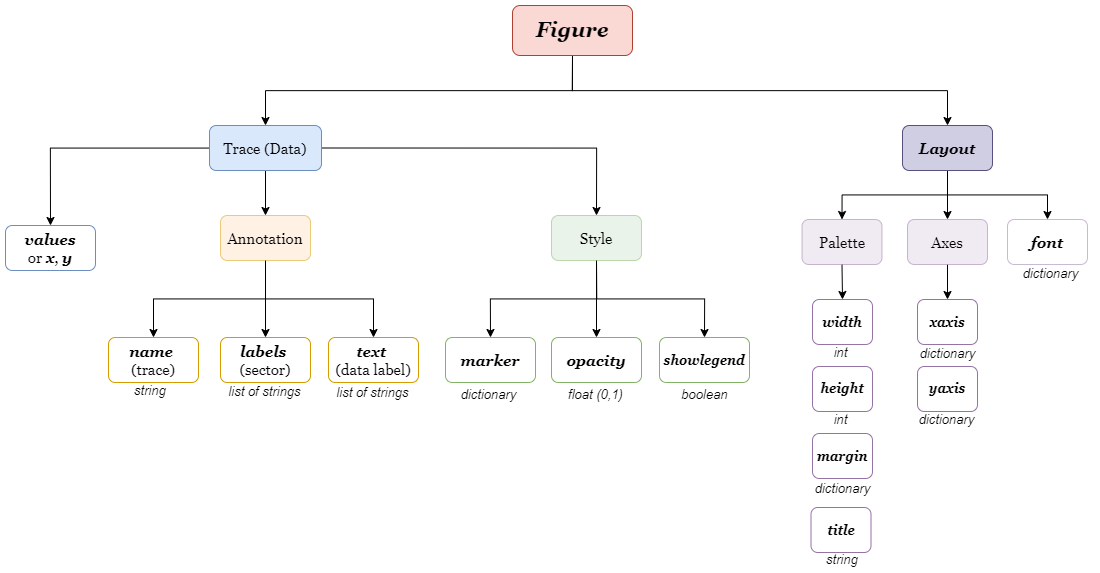
This is img/plotly_structure.png from juniorworld/python-workshop, a draw.io export, as it was before one commit. Source tidied: cells renumbered, new cells last; positions are measured from the earlier drawing's top-left corner, leaving out a move shared by most shapes. The source it was exported from:
```xml
<mxGraphModel background="#FFFFFF">
  <root>
    <mxCell id="0" />
    <mxCell id="1" parent="0" />
    <mxCell id="2" style="edgeStyle=orthogonalEdgeStyle;rounded=0;jettySize=auto;html=1;exitX=0.5;exitY=1;exitDx=0;exitDy=0;entryX=0.5;entryY=0;entryDx=0;entryDy=0;" parent="1" edge="1" source="4" target="8">
      <mxGeometry relative="1" as="geometry" />
    </mxCell>
    <mxCell id="3" style="edgeStyle=orthogonalEdgeStyle;rounded=0;jettySize=auto;html=1;exitX=0.5;exitY=1;exitDx=0;exitDy=0;entryX=0.5;entryY=0;entryDx=0;entryDy=0;" parent="1" edge="1" source="4" target="12">
      <mxGeometry relative="1" as="geometry" />
    </mxCell>
    <mxCell id="4" value="&lt;font face=&quot;Georgia&quot; style=&quot;font-size: 21px;&quot;&gt;&lt;span style=&quot;font-size: 21px;&quot;&gt;&lt;i&gt;&lt;b&gt;Figure&lt;/b&gt;&lt;/i&gt;&lt;/span&gt;&lt;/font&gt;" style="rounded=1;whiteSpace=wrap;html=1;fillColor=#fad9d5;strokeColor=#ae4132;fontSize=21;" parent="1" vertex="1">
      <mxGeometry x="507" width="120" height="50" as="geometry" />
    </mxCell>
    <mxCell id="5" style="edgeStyle=orthogonalEdgeStyle;rounded=0;jettySize=auto;html=1;entryX=0.5;entryY=0;entryDx=0;entryDy=0;" parent="1" edge="1" source="8" target="13">
      <mxGeometry relative="1" as="geometry" />
    </mxCell>
    <mxCell id="6" style="edgeStyle=orthogonalEdgeStyle;rounded=0;jettySize=auto;html=1;exitX=0.5;exitY=1;exitDx=0;exitDy=0;entryX=0.5;entryY=0;entryDx=0;entryDy=0;" parent="1" edge="1" source="8" target="17">
      <mxGeometry relative="1" as="geometry" />
    </mxCell>
    <mxCell id="7" style="edgeStyle=orthogonalEdgeStyle;rounded=0;jettySize=auto;html=1;exitX=1;exitY=0.5;exitDx=0;exitDy=0;entryX=0.5;entryY=0;entryDx=0;entryDy=0;" parent="1" edge="1" source="8" target="22">
      <mxGeometry relative="1" as="geometry" />
    </mxCell>
    <mxCell id="8" value="Trace (Data)" style="rounded=1;whiteSpace=wrap;html=1;fontFamily=Georgia;fontSize=15;fillColor=#dae8fc;strokeColor=#6c8ebf;" parent="1" vertex="1">
      <mxGeometry x="204" y="120" width="112" height="45" as="geometry" />
    </mxCell>
    <mxCell id="9" style="edgeStyle=orthogonalEdgeStyle;rounded=0;jettySize=auto;html=1;exitX=0.5;exitY=1;exitDx=0;exitDy=0;entryX=0.5;entryY=0;entryDx=0;entryDy=0;fontSize=13;" parent="1" edge="1" source="12" target="37">
      <mxGeometry relative="1" as="geometry" />
    </mxCell>
    <mxCell id="10" style="edgeStyle=orthogonalEdgeStyle;rounded=0;jettySize=auto;html=1;exitX=0.5;exitY=1;exitDx=0;exitDy=0;entryX=0.5;entryY=0;entryDx=0;entryDy=0;fontSize=13;" parent="1" edge="1" source="12" target="43">
      <mxGeometry relative="1" as="geometry" />
    </mxCell>
    <mxCell id="11" style="edgeStyle=orthogonalEdgeStyle;rounded=0;jettySize=auto;html=1;exitX=0.5;exitY=1;exitDx=0;exitDy=0;entryX=0.5;entryY=0;entryDx=0;entryDy=0;fontSize=13;" parent="1" edge="1" source="12" target="44">
      <mxGeometry relative="1" as="geometry" />
    </mxCell>
    <mxCell id="12" value="Layout" style="rounded=1;whiteSpace=wrap;html=1;fontFamily=Georgia;fontSize=15;fillColor=#d0cee2;strokeColor=#56517e;fontStyle=3;" parent="1" vertex="1">
      <mxGeometry x="897" y="120" width="90" height="45" as="geometry" />
    </mxCell>
    <mxCell id="13" value="&lt;b&gt;&lt;i&gt;values&lt;/i&gt;&lt;/b&gt;&lt;br&gt;or &lt;b&gt;&lt;i&gt;x&lt;/i&gt;&lt;/b&gt;, &lt;b&gt;&lt;i&gt;y&lt;/i&gt;&lt;/b&gt;" style="rounded=1;whiteSpace=wrap;html=1;fontFamily=Georgia;fontSize=15;fillColor=none;strokeColor=#6c8ebf;" parent="1" vertex="1">
      <mxGeometry y="220" width="90" height="45" as="geometry" />
    </mxCell>
    <mxCell id="14" style="edgeStyle=orthogonalEdgeStyle;rounded=0;jettySize=auto;html=1;exitX=0.5;exitY=1;exitDx=0;exitDy=0;entryX=0.5;entryY=0;entryDx=0;entryDy=0;" parent="1" edge="1" source="17" target="23">
      <mxGeometry relative="1" as="geometry" />
    </mxCell>
    <mxCell id="15" style="edgeStyle=orthogonalEdgeStyle;rounded=0;jettySize=auto;html=1;exitX=0.5;exitY=1;exitDx=0;exitDy=0;entryX=0.5;entryY=0;entryDx=0;entryDy=0;" parent="1" edge="1" source="17" target="18">
      <mxGeometry relative="1" as="geometry" />
    </mxCell>
    <mxCell id="16" style="edgeStyle=orthogonalEdgeStyle;rounded=0;jettySize=auto;html=1;exitX=0.5;exitY=1;exitDx=0;exitDy=0;" parent="1" edge="1" source="17" target="24">
      <mxGeometry relative="1" as="geometry" />
    </mxCell>
    <mxCell id="17" value="Annotation" style="rounded=1;whiteSpace=wrap;html=1;fontFamily=Georgia;fontSize=15;fillColor=#ffe6cc;strokeColor=#d79b00;opacity=50;" parent="1" vertex="1">
      <mxGeometry x="215" y="210" width="90" height="45" as="geometry" />
    </mxCell>
    <mxCell id="18" value="&lt;b&gt;&lt;i&gt;name&amp;nbsp;&lt;br&gt;&lt;/i&gt;&lt;/b&gt;(trace)" style="rounded=1;whiteSpace=wrap;html=1;fontFamily=Georgia;fontSize=15;fillColor=none;strokeColor=#d79b00;" parent="1" vertex="1">
      <mxGeometry x="103" y="332" width="90" height="45" as="geometry" />
    </mxCell>
    <mxCell id="19" style="edgeStyle=orthogonalEdgeStyle;rounded=0;jettySize=auto;html=1;exitX=0.5;exitY=1;exitDx=0;exitDy=0;entryX=0.5;entryY=0;entryDx=0;entryDy=0;" parent="1" edge="1" source="22" target="26">
      <mxGeometry relative="1" as="geometry" />
    </mxCell>
    <mxCell id="20" style="edgeStyle=orthogonalEdgeStyle;rounded=0;jettySize=auto;html=1;exitX=0.5;exitY=1;exitDx=0;exitDy=0;entryX=0.5;entryY=0;entryDx=0;entryDy=0;" parent="1" edge="1" source="22" target="25">
      <mxGeometry relative="1" as="geometry" />
    </mxCell>
    <mxCell id="21" style="edgeStyle=orthogonalEdgeStyle;rounded=0;jettySize=auto;html=1;exitX=0.5;exitY=1;exitDx=0;exitDy=0;entryX=0.5;entryY=0;entryDx=0;entryDy=0;fontSize=13;" parent="1" edge="1" source="22" target="27">
      <mxGeometry relative="1" as="geometry" />
    </mxCell>
    <mxCell id="22" value="Style" style="rounded=1;whiteSpace=wrap;html=1;fontFamily=Georgia;fontSize=15;fillColor=#d5e8d4;strokeColor=#82b366;opacity=50;" parent="1" vertex="1">
      <mxGeometry x="546" y="210" width="90" height="45" as="geometry" />
    </mxCell>
    <mxCell id="23" value="&lt;b&gt;&lt;i&gt;labels&amp;nbsp;&lt;br&gt;&lt;/i&gt;&lt;/b&gt;(sector)" style="rounded=1;whiteSpace=wrap;html=1;fontFamily=Georgia;fontSize=15;fillColor=none;strokeColor=#d79b00;" parent="1" vertex="1">
      <mxGeometry x="215" y="332" width="90" height="45" as="geometry" />
    </mxCell>
    <mxCell id="24" value="&lt;b&gt;&lt;i&gt;text&amp;nbsp;&lt;br&gt;&lt;/i&gt;&lt;/b&gt;(data label)" style="rounded=1;whiteSpace=wrap;html=1;fontFamily=Georgia;fontSize=15;fillColor=none;strokeColor=#d79b00;" parent="1" vertex="1">
      <mxGeometry x="323" y="332" width="90" height="45" as="geometry" />
    </mxCell>
    <mxCell id="25" value="&lt;b&gt;&lt;i&gt;opacity&lt;/i&gt;&lt;/b&gt;" style="rounded=1;whiteSpace=wrap;html=1;fontFamily=Georgia;fontSize=15;fillColor=none;strokeColor=#82b366;" parent="1" vertex="1">
      <mxGeometry x="546" y="332" width="90" height="45" as="geometry" />
    </mxCell>
    <mxCell id="26" value="&lt;b&gt;&lt;i&gt;marker&lt;/i&gt;&lt;/b&gt;" style="rounded=1;whiteSpace=wrap;html=1;fontFamily=Georgia;fontSize=15;fillColor=none;strokeColor=#82b366;" parent="1" vertex="1">
      <mxGeometry x="440" y="332" width="90" height="45" as="geometry" />
    </mxCell>
    <mxCell id="27" value="&lt;b style=&quot;font-size: 13px;&quot;&gt;&lt;i style=&quot;font-size: 13px;&quot;&gt;showlegend&lt;/i&gt;&lt;/b&gt;" style="rounded=1;whiteSpace=wrap;html=1;fontFamily=Georgia;fontSize=13;fillColor=none;strokeColor=#82b366;" parent="1" vertex="1">
      <mxGeometry x="654" y="332" width="90" height="45" as="geometry" />
    </mxCell>
    <mxCell id="28" value="string" style="text;html=1;strokeColor=none;fillColor=none;align=center;verticalAlign=middle;whiteSpace=wrap;rounded=0;fontSize=13;fontStyle=2;" parent="1" vertex="1">
      <mxGeometry x="115" y="380" width="60" height="10" as="geometry" />
    </mxCell>
    <mxCell id="29" value="list of strings" style="text;html=1;strokeColor=none;fillColor=none;align=center;verticalAlign=middle;whiteSpace=wrap;rounded=0;fontSize=13;fontStyle=2;" parent="1" vertex="1">
      <mxGeometry x="216.5" y="377" width="87" height="18" as="geometry" />
    </mxCell>
    <mxCell id="30" value="list of strings" style="text;html=1;strokeColor=none;fillColor=none;align=center;verticalAlign=middle;whiteSpace=wrap;rounded=0;fontSize=13;fontStyle=2;" parent="1" vertex="1">
      <mxGeometry x="324.5" y="377.5" width="87" height="18" as="geometry" />
    </mxCell>
    <mxCell id="31" value="dictionary" style="text;html=1;strokeColor=none;fillColor=none;align=center;verticalAlign=middle;whiteSpace=wrap;rounded=0;fontSize=13;fontStyle=2;" parent="1" vertex="1">
      <mxGeometry x="440" y="380" width="87" height="18" as="geometry" />
    </mxCell>
    <mxCell id="32" value="float (0,1)" style="text;html=1;strokeColor=none;fillColor=none;align=center;verticalAlign=middle;whiteSpace=wrap;rounded=0;fontSize=13;fontStyle=2;" parent="1" vertex="1">
      <mxGeometry x="547.5" y="380" width="87" height="18" as="geometry" />
    </mxCell>
    <mxCell id="33" value="boolean" style="text;html=1;strokeColor=none;fillColor=none;align=center;verticalAlign=middle;whiteSpace=wrap;rounded=0;fontSize=13;fontStyle=2;" parent="1" vertex="1">
      <mxGeometry x="655.5" y="380" width="87" height="18" as="geometry" />
    </mxCell>
    <mxCell id="34" value="&lt;b style=&quot;font-size: 13px;&quot;&gt;&lt;i style=&quot;font-size: 13px;&quot;&gt;width&lt;/i&gt;&lt;/b&gt;" style="rounded=1;whiteSpace=wrap;html=1;fontFamily=Georgia;fontSize=13;fillColor=none;strokeColor=#9673a6;" parent="1" vertex="1">
      <mxGeometry x="807" y="294" width="60" height="45" as="geometry" />
    </mxCell>
    <mxCell id="35" value="&lt;b&gt;&lt;i&gt;height&lt;/i&gt;&lt;/b&gt;" style="rounded=1;whiteSpace=wrap;html=1;fontFamily=Georgia;fontSize=13;fillColor=none;strokeColor=#9673a6;" parent="1" vertex="1">
      <mxGeometry x="807" y="361" width="60" height="45" as="geometry" />
    </mxCell>
    <mxCell id="36" style="edgeStyle=orthogonalEdgeStyle;rounded=0;jettySize=auto;html=1;exitX=0.5;exitY=1;exitDx=0;exitDy=0;entryX=0.5;entryY=0;entryDx=0;entryDy=0;fontSize=13;" parent="1" edge="1" source="37" target="34">
      <mxGeometry relative="1" as="geometry" />
    </mxCell>
    <mxCell id="37" value="&lt;span style=&quot;font-weight: normal; font-style: normal;&quot;&gt;Palette&lt;/span&gt;" style="rounded=1;whiteSpace=wrap;html=1;fontFamily=Georgia;fontSize=15;fillColor=#e1d5e7;strokeColor=#9673a6;fontStyle=3;opacity=50;" parent="1" vertex="1">
      <mxGeometry x="796.5" y="214" width="80" height="45" as="geometry" />
    </mxCell>
    <mxCell id="38" value="&lt;b&gt;&lt;i&gt;margin&lt;/i&gt;&lt;/b&gt;" style="rounded=1;whiteSpace=wrap;html=1;fontFamily=Georgia;fontSize=13;fillColor=none;strokeColor=#9673a6;" parent="1" vertex="1">
      <mxGeometry x="807" y="428" width="60" height="45" as="geometry" />
    </mxCell>
    <mxCell id="39" value="int" style="text;html=1;strokeColor=none;fillColor=none;align=center;verticalAlign=middle;whiteSpace=wrap;rounded=0;fontSize=13;fontStyle=2;" parent="1" vertex="1">
      <mxGeometry x="792" y="338" width="87" height="18" as="geometry" />
    </mxCell>
    <mxCell id="40" value="int" style="text;html=1;strokeColor=none;fillColor=none;align=center;verticalAlign=middle;whiteSpace=wrap;rounded=0;fontSize=13;fontStyle=2;" parent="1" vertex="1">
      <mxGeometry x="792" y="405" width="87" height="18" as="geometry" />
    </mxCell>
    <mxCell id="41" value="dictionary" style="text;html=1;strokeColor=none;fillColor=none;align=center;verticalAlign=middle;whiteSpace=wrap;rounded=0;fontSize=13;fontStyle=2;" parent="1" vertex="1">
      <mxGeometry x="793.5" y="474" width="87" height="18" as="geometry" />
    </mxCell>
    <mxCell id="42" style="edgeStyle=orthogonalEdgeStyle;rounded=0;jettySize=auto;html=1;exitX=0.5;exitY=1;exitDx=0;exitDy=0;fontSize=13;" parent="1" edge="1" source="43" target="47">
      <mxGeometry relative="1" as="geometry" />
    </mxCell>
    <mxCell id="43" value="&lt;span style=&quot;font-weight: normal; font-style: normal;&quot;&gt;Axes&lt;/span&gt;" style="rounded=1;whiteSpace=wrap;html=1;fontFamily=Georgia;fontSize=15;fillColor=#e1d5e7;strokeColor=#9673a6;fontStyle=3;opacity=50;" parent="1" vertex="1">
      <mxGeometry x="902" y="214" width="80" height="45" as="geometry" />
    </mxCell>
    <mxCell id="44" value="font" style="rounded=1;whiteSpace=wrap;html=1;fontFamily=Georgia;fontSize=15;fillColor=none;strokeColor=#9673a6;fontStyle=3;opacity=50;" parent="1" vertex="1">
      <mxGeometry x="1002" y="214" width="80" height="45" as="geometry" />
    </mxCell>
    <mxCell id="45" value="&lt;b&gt;&lt;i&gt;title&lt;/i&gt;&lt;/b&gt;" style="rounded=1;whiteSpace=wrap;html=1;fontFamily=Georgia;fontSize=13;fillColor=none;strokeColor=#9673a6;" parent="1" vertex="1">
      <mxGeometry x="805.5" y="502" width="60" height="45" as="geometry" />
    </mxCell>
    <mxCell id="46" value="string" style="text;html=1;strokeColor=none;fillColor=none;align=center;verticalAlign=middle;whiteSpace=wrap;rounded=0;fontSize=13;fontStyle=2;" parent="1" vertex="1">
      <mxGeometry x="806.5" y="549" width="60" height="10" as="geometry" />
    </mxCell>
    <mxCell id="47" value="&lt;b style=&quot;font-size: 13px;&quot;&gt;&lt;i style=&quot;font-size: 13px;&quot;&gt;xaxis&lt;/i&gt;&lt;/b&gt;" style="rounded=1;whiteSpace=wrap;html=1;fontFamily=Georgia;fontSize=13;fillColor=none;strokeColor=#9673a6;" parent="1" vertex="1">
      <mxGeometry x="912" y="294" width="60" height="45" as="geometry" />
    </mxCell>
    <mxCell id="48" value="&lt;b style=&quot;font-size: 13px;&quot;&gt;&lt;i style=&quot;font-size: 13px;&quot;&gt;yaxis&lt;/i&gt;&lt;/b&gt;" style="rounded=1;whiteSpace=wrap;html=1;fontFamily=Georgia;fontSize=13;fillColor=none;strokeColor=#9673a6;" parent="1" vertex="1">
      <mxGeometry x="912" y="361" width="60" height="45" as="geometry" />
    </mxCell>
    <mxCell id="49" value="dictionary" style="text;html=1;strokeColor=none;fillColor=none;align=center;verticalAlign=middle;whiteSpace=wrap;rounded=0;fontSize=13;fontStyle=2;" parent="1" vertex="1">
      <mxGeometry x="899" y="339" width="87" height="18" as="geometry" />
    </mxCell>
    <mxCell id="50" value="dictionary" style="text;html=1;strokeColor=none;fillColor=none;align=center;verticalAlign=middle;whiteSpace=wrap;rounded=0;fontSize=13;fontStyle=2;" parent="1" vertex="1">
      <mxGeometry x="898" y="405" width="87" height="18" as="geometry" />
    </mxCell>
    <mxCell id="51" value="dictionary" style="text;html=1;strokeColor=none;fillColor=none;align=center;verticalAlign=middle;whiteSpace=wrap;rounded=0;fontSize=13;fontStyle=2;" parent="1" vertex="1">
      <mxGeometry x="1002" y="259" width="87" height="18" as="geometry" />
    </mxCell>
  </root>
</mxGraphModel>
```
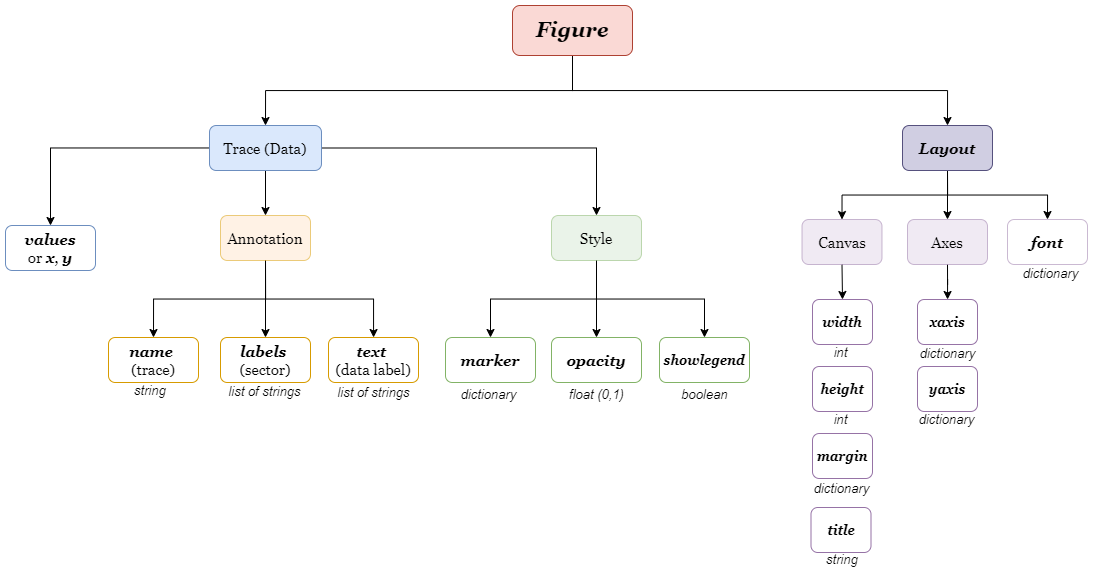
Above is the later version.

The edit, as a diff of the source:
```diff
@@ -107,7 +107,7 @@
     <mxCell id="36" style="edgeStyle=orthogonalEdgeStyle;rounded=0;jettySize=auto;html=1;exitX=0.5;exitY=1;exitDx=0;exitDy=0;entryX=0.5;entryY=0;entryDx=0;entryDy=0;fontSize=13;" parent="1" edge="1" source="37" target="34">
       <mxGeometry relative="1" as="geometry" />
     </mxCell>
-    <mxCell id="37" value="&lt;span style=&quot;font-weight: normal; font-style: normal;&quot;&gt;Palette&lt;/span&gt;" style="rounded=1;whiteSpace=wrap;html=1;fontFamily=Georgia;fontSize=15;fillColor=#e1d5e7;strokeColor=#9673a6;fontStyle=3;opacity=50;" parent="1" vertex="1">
+    <mxCell id="37" value="&lt;span style=&quot;font-weight: normal; font-style: normal;&quot;&gt;Canvas&lt;/span&gt;" style="rounded=1;whiteSpace=wrap;html=1;fontFamily=Georgia;fontSize=15;fillColor=#e1d5e7;strokeColor=#9673a6;fontStyle=3;opacity=50;" parent="1" vertex="1">
       <mxGeometry x="796.5" y="214" width="80" height="45" as="geometry" />
     </mxCell>
     <mxCell id="38" value="&lt;b&gt;&lt;i&gt;margin&lt;/i&gt;&lt;/b&gt;" style="rounded=1;whiteSpace=wrap;html=1;fontFamily=Georgia;fontSize=13;fillColor=none;strokeColor=#9673a6;" parent="1" vertex="1">
```
